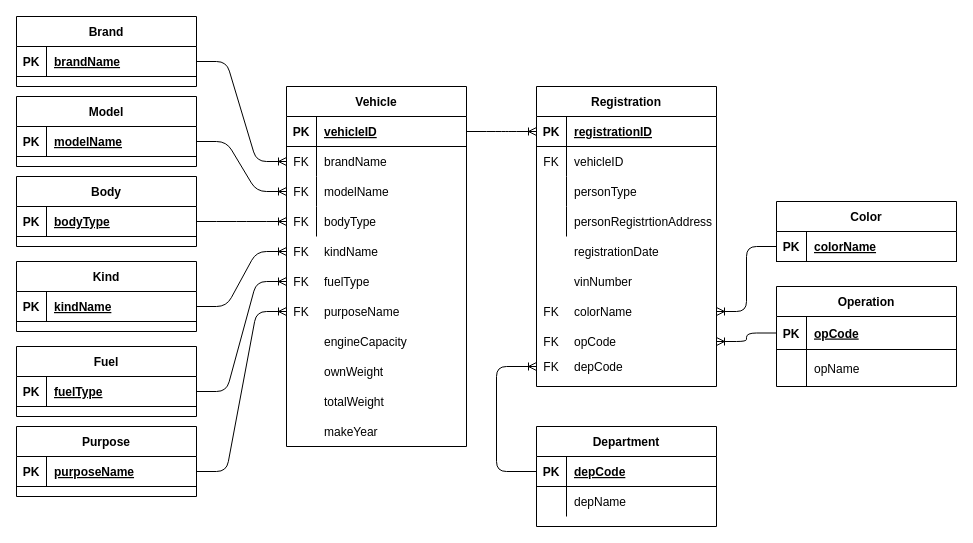
Above: page "Current Entities (only from reg info csv)" (1 of 2) of Documentation/RegistrationEntity.drawio in sanyokkua/ua-vehicle-registrations (draw.io), before the change. Source tidied: cells renumbered, new cells numbered last; positions are measured from the earlier drawing's top-left corner, leaving out a move shared by most shapes. Both pictures are drawn from the tidied source at 100%, with x=0, y=0 at pixel (16, 16).
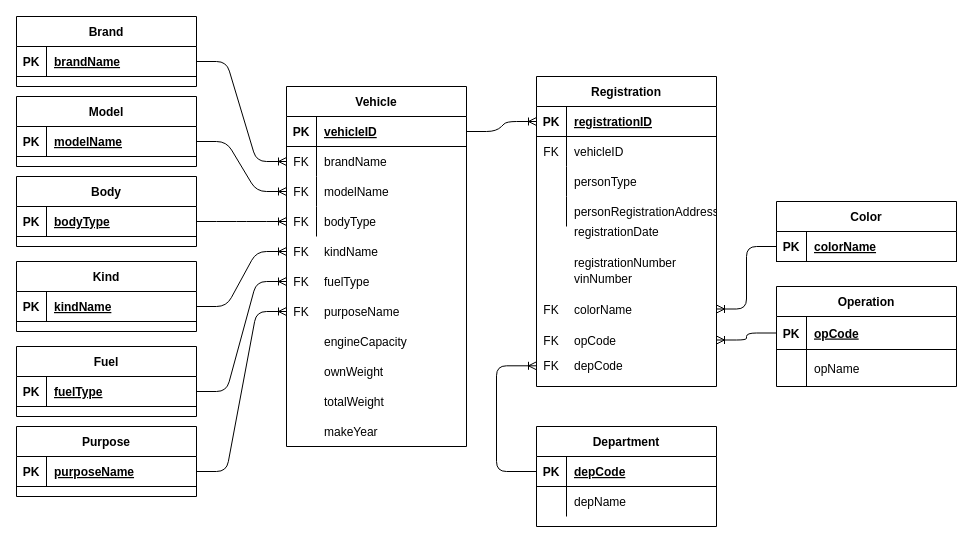
After the change.

Unchanged cells that the change refers to:
```xml
<mxCell id="90" style="shape=partialRectangle;fillColor=none;top=0;left=0;bottom=0;right=0;" parent="80" vertex="1">
  <mxGeometry y="120" width="180" height="30" as="geometry" />
</mxCell>
```

The edit, as a diff of the source:
```diff
@@
     <mxCell id="79" style="group;" parent="1" vertex="1">
-      <mxGeometry x="520" y="70" width="180" height="300" as="geometry" />
+      <mxGeometry x="520" y="60" width="180" height="310" as="geometry" />
     </mxCell>
     <mxCell id="80" value="Registration" style="shape=table;startSize=30;childLayout=tableLayout;rowLines=0;fontStyle=1;align=center;" parent="79" vertex="1">
-      <mxGeometry width="180" height="300" as="geometry" />
+      <mxGeometry width="180" height="310" as="geometry" />
     </mxCell>
@@
-    <mxCell id="92" value="personRegistrtionAddress" style="shape=partialRectangle;fillColor=none;top=0;left=0;bottom=0;right=0;align=left;spacingLeft=6;overflow=hidden;" parent="90" vertex="1">
+    <mxCell id="92" value="personRegistrationAddress" style="shape=partialRectangle;fillColor=none;top=0;left=0;bottom=0;right=0;align=left;spacingLeft=6;overflow=hidden;" parent="90" vertex="1">
       <mxGeometry x="30" width="150" height="30" as="geometry" />
     </mxCell>
-    <mxCell id="93" style="shape=partialRectangle;fillColor=none;top=0;left=0;bottom=0;right=0;" parent="79" vertex="1">
-      <mxGeometry y="150" width="180" height="30" as="geometry" />
-    </mxCell>
-    <mxCell id="94" style="shape=partialRectangle;fillColor=none;top=0;left=0;bottom=0;right=0;overflow=hidden;" parent="93" vertex="1">
-      <mxGeometry width="30" height="30" as="geometry" />
-    </mxCell>
-    <mxCell id="95" value="registrationDate" style="shape=partialRectangle;fillColor=none;top=0;left=0;bottom=0;right=0;align=left;spacingLeft=6;overflow=hidden;" parent="93" vertex="1">
-      <mxGeometry x="30" width="150" height="30" as="geometry" />
-    </mxCell>
     <mxCell id="96" style="shape=partialRectangle;fillColor=none;top=0;left=0;bottom=0;right=0;" parent="79" vertex="1">
-      <mxGeometry y="180" width="180" height="30" as="geometry" />
+      <mxGeometry y="186" width="180" height="31" as="geometry" />
     </mxCell>
     <mxCell id="97" style="shape=partialRectangle;fillColor=none;top=0;left=0;bottom=0;right=0;overflow=hidden;" parent="96" vertex="1">
-      <mxGeometry width="30" height="30" as="geometry" />
+      <mxGeometry width="30" height="31" as="geometry" />
     </mxCell>
     <mxCell id="98" value="vinNumber" style="shape=partialRectangle;fillColor=none;top=0;left=0;bottom=0;right=0;align=left;spacingLeft=6;overflow=hidden;" parent="96" vertex="1">
-      <mxGeometry x="30" width="150" height="30" as="geometry" />
+      <mxGeometry x="30" width="150" height="31" as="geometry" />
     </mxCell>
     <mxCell id="99" style="shape=partialRectangle;fillColor=none;top=0;left=0;bottom=0;right=0;points=[[0,0.5],[1,0.5]];portConstraint=eastwest;" parent="79" vertex="1">
-      <mxGeometry y="210" width="180" height="30" as="geometry" />
+      <mxGeometry y="217" width="180" height="31" as="geometry" />
     </mxCell>
     <mxCell id="100" value="FK" style="shape=partialRectangle;fillColor=none;top=0;left=0;bottom=0;right=0;overflow=hidden;" parent="99" vertex="1">
-      <mxGeometry width="30" height="30" as="geometry" />
+      <mxGeometry width="30" height="31" as="geometry" />
     </mxCell>
     <mxCell id="101" value="colorName" style="shape=partialRectangle;fillColor=none;top=0;left=0;bottom=0;right=0;align=left;spacingLeft=6;overflow=hidden;" parent="99" vertex="1">
-      <mxGeometry x="30" width="150" height="30" as="geometry" />
+      <mxGeometry x="30" width="150" height="31" as="geometry" />
     </mxCell>
     <mxCell id="102" style="shape=partialRectangle;fillColor=none;top=0;left=0;bottom=0;right=0;points=[[0,0.5],[1,0.5]];portConstraint=eastwest;" parent="79" vertex="1">
-      <mxGeometry y="240" width="180" height="30" as="geometry" />
+      <mxGeometry y="248" width="180" height="31" as="geometry" />
     </mxCell>
     <mxCell id="103" value="FK" style="shape=partialRectangle;fillColor=none;top=0;left=0;bottom=0;right=0;overflow=hidden;" parent="102" vertex="1">
-      <mxGeometry width="30" height="30" as="geometry" />
+      <mxGeometry width="30" height="31" as="geometry" />
     </mxCell>
     <mxCell id="104" value="opCode" style="shape=partialRectangle;fillColor=none;top=0;left=0;bottom=0;right=0;align=left;spacingLeft=6;overflow=hidden;" parent="102" vertex="1">
-      <mxGeometry x="30" width="150" height="30" as="geometry" />
+      <mxGeometry x="30" width="150" height="31" as="geometry" />
     </mxCell>
     <mxCell id="105" style="shape=partialRectangle;fillColor=none;top=0;left=0;bottom=0;right=0;points=[[0,0.5],[1,0.5]];portConstraint=eastwest;" parent="79" vertex="1">
-      <mxGeometry y="265" width="180" height="30" as="geometry" />
+      <mxGeometry y="273.8" width="180" height="31" as="geometry" />
     </mxCell>
     <mxCell id="106" value="FK" style="shape=partialRectangle;fillColor=none;top=0;left=0;bottom=0;right=0;overflow=hidden;" parent="105" vertex="1">
-      <mxGeometry width="30" height="30" as="geometry" />
+      <mxGeometry width="30" height="31" as="geometry" />
     </mxCell>
     <mxCell id="107" value="depCode" style="shape=partialRectangle;fillColor=none;top=0;left=0;bottom=0;right=0;align=left;spacingLeft=6;overflow=hidden;" parent="105" vertex="1">
-      <mxGeometry x="30" width="150" height="30" as="geometry" />
+      <mxGeometry x="30" width="150" height="31" as="geometry" />
     </mxCell>
+    <mxCell id="93" style="shape=partialRectangle;fillColor=none;top=0;left=0;bottom=0;right=0;" parent="79" vertex="1">
+      <mxGeometry y="170" width="180" height="31" as="geometry" />
+    </mxCell>
+    <mxCell id="94" style="shape=partialRectangle;fillColor=none;top=0;left=0;bottom=0;right=0;overflow=hidden;" parent="93" vertex="1">
+      <mxGeometry width="30" height="31" as="geometry" />
+    </mxCell>
+    <mxCell id="95" value="registrationNumber" style="shape=partialRectangle;fillColor=none;top=0;left=0;bottom=0;right=0;align=left;spacingLeft=6;overflow=hidden;" parent="93" vertex="1">
+      <mxGeometry x="30" width="150" height="31" as="geometry" />
+    </mxCell>
+    <mxCell id="118" style="shape=partialRectangle;fillColor=none;top=0;left=0;bottom=0;right=0;" parent="79" vertex="1">
+      <mxGeometry y="139.5" width="180" height="31" as="geometry" />
+    </mxCell>
+    <mxCell id="119" style="shape=partialRectangle;fillColor=none;top=0;left=0;bottom=0;right=0;overflow=hidden;" parent="118" vertex="1">
+      <mxGeometry width="30" height="31" as="geometry" />
+    </mxCell>
+    <mxCell id="120" value="registrationDate" style="shape=partialRectangle;fillColor=none;top=0;left=0;bottom=0;right=0;align=left;spacingLeft=6;overflow=hidden;" parent="118" vertex="1">
+      <mxGeometry x="30" width="150" height="31" as="geometry" />
+    </mxCell>
```
